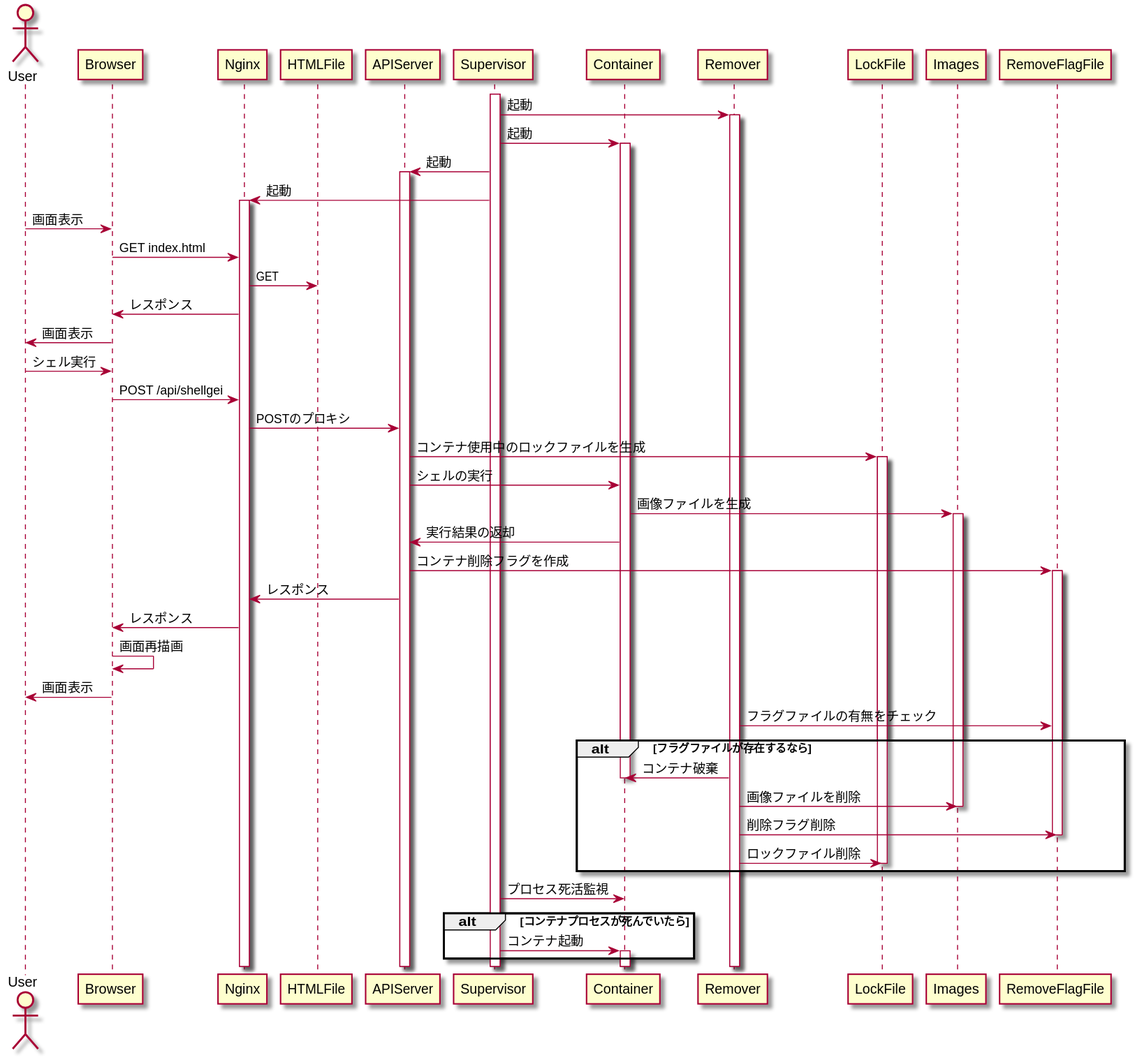
Earlier version of the PlantUML export docs/logic.svg (jiro4989/websh).
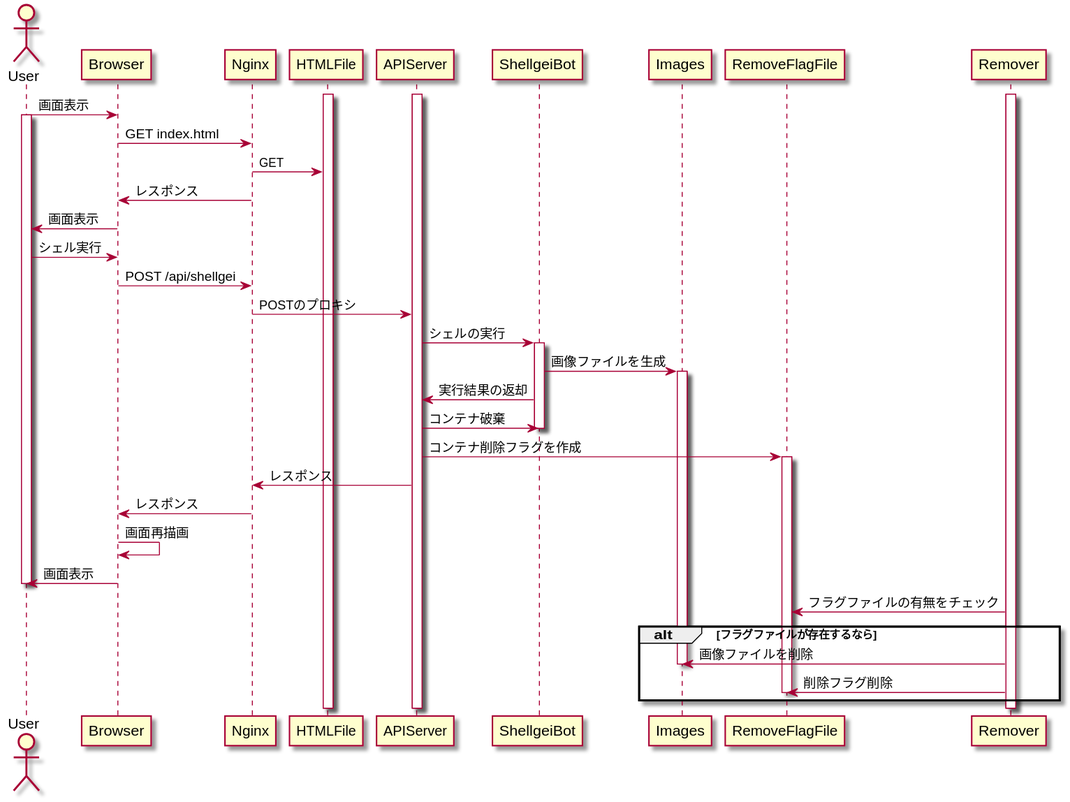
Later version of the same file.

Commit message:
一連のフロー図を修正 #175 [skip ci]

What changed in the source:
```diff
@@ -1,32 +1,20 @@
 @startuml
-
 actor User as user
 participant Browser as browser
 participant Nginx as nginx
 participant HTMLFile as html
 participant APIServer as api
-participant Supervisor as visor
-participant Container as cont
-participant Remover as rm
-participant LockFile as lock
+participant ShellgeiBot as cont
 participant Images as img
 participant RemoveFlagFile as rmflag
+participant Remover as rm
 
-activate visor
-
-visor -> rm : 起動
+activate html
+activate api
 activate rm
 
-visor -> cont : 起動
-activate cont
-
-visor -> api : 起動
-activate api
-
-visor -> nginx : 起動
-activate nginx
-
 user -> browser : 画面表示
+activate user
 browser -> nginx : GET index.html
 nginx -> html : GET
 nginx -> browser : レスポンス
@@ -35,35 +23,26 @@
 user -> browser : シェル実行
 browser -> nginx : POST /api/shellgei
 nginx -> api : POSTのプロキシ
-api -> lock : コンテナ使用中のロックファイルを生成
-activate lock
 api -> cont : シェルの実行
+activate cont
 cont -> img : 画像ファイルを生成
 activate img
 cont -> api : 実行結果の返却
+api -> cont : コンテナ破棄
+deactivate cont
 api -> rmflag : コンテナ削除フラグを作成
 activate rmflag
 api -> nginx : レスポンス
 nginx -> browser : レスポンス
 browser -> browser : 画面再描画
 browser -> user : 画面表示
+deactivate user
 
 rm -> rmflag : フラグファイルの有無をチェック
 alt フラグファイルが存在するなら
-    rm -> cont : コンテナ破棄
-    deactivate cont
     rm -> img : 画像ファイルを削除
     deactivate img
     rm -> rmflag : 削除フラグ削除
     deactivate rmflag
-    rm -> lock : ロックファイル削除
-    deactivate lock
 end
-
-visor -> cont : プロセス死活監視
-alt コンテナプロセスが死んでいたら
-    visor -> cont : コンテナ起動
-    activate cont
-end
-
 @enduml
```
